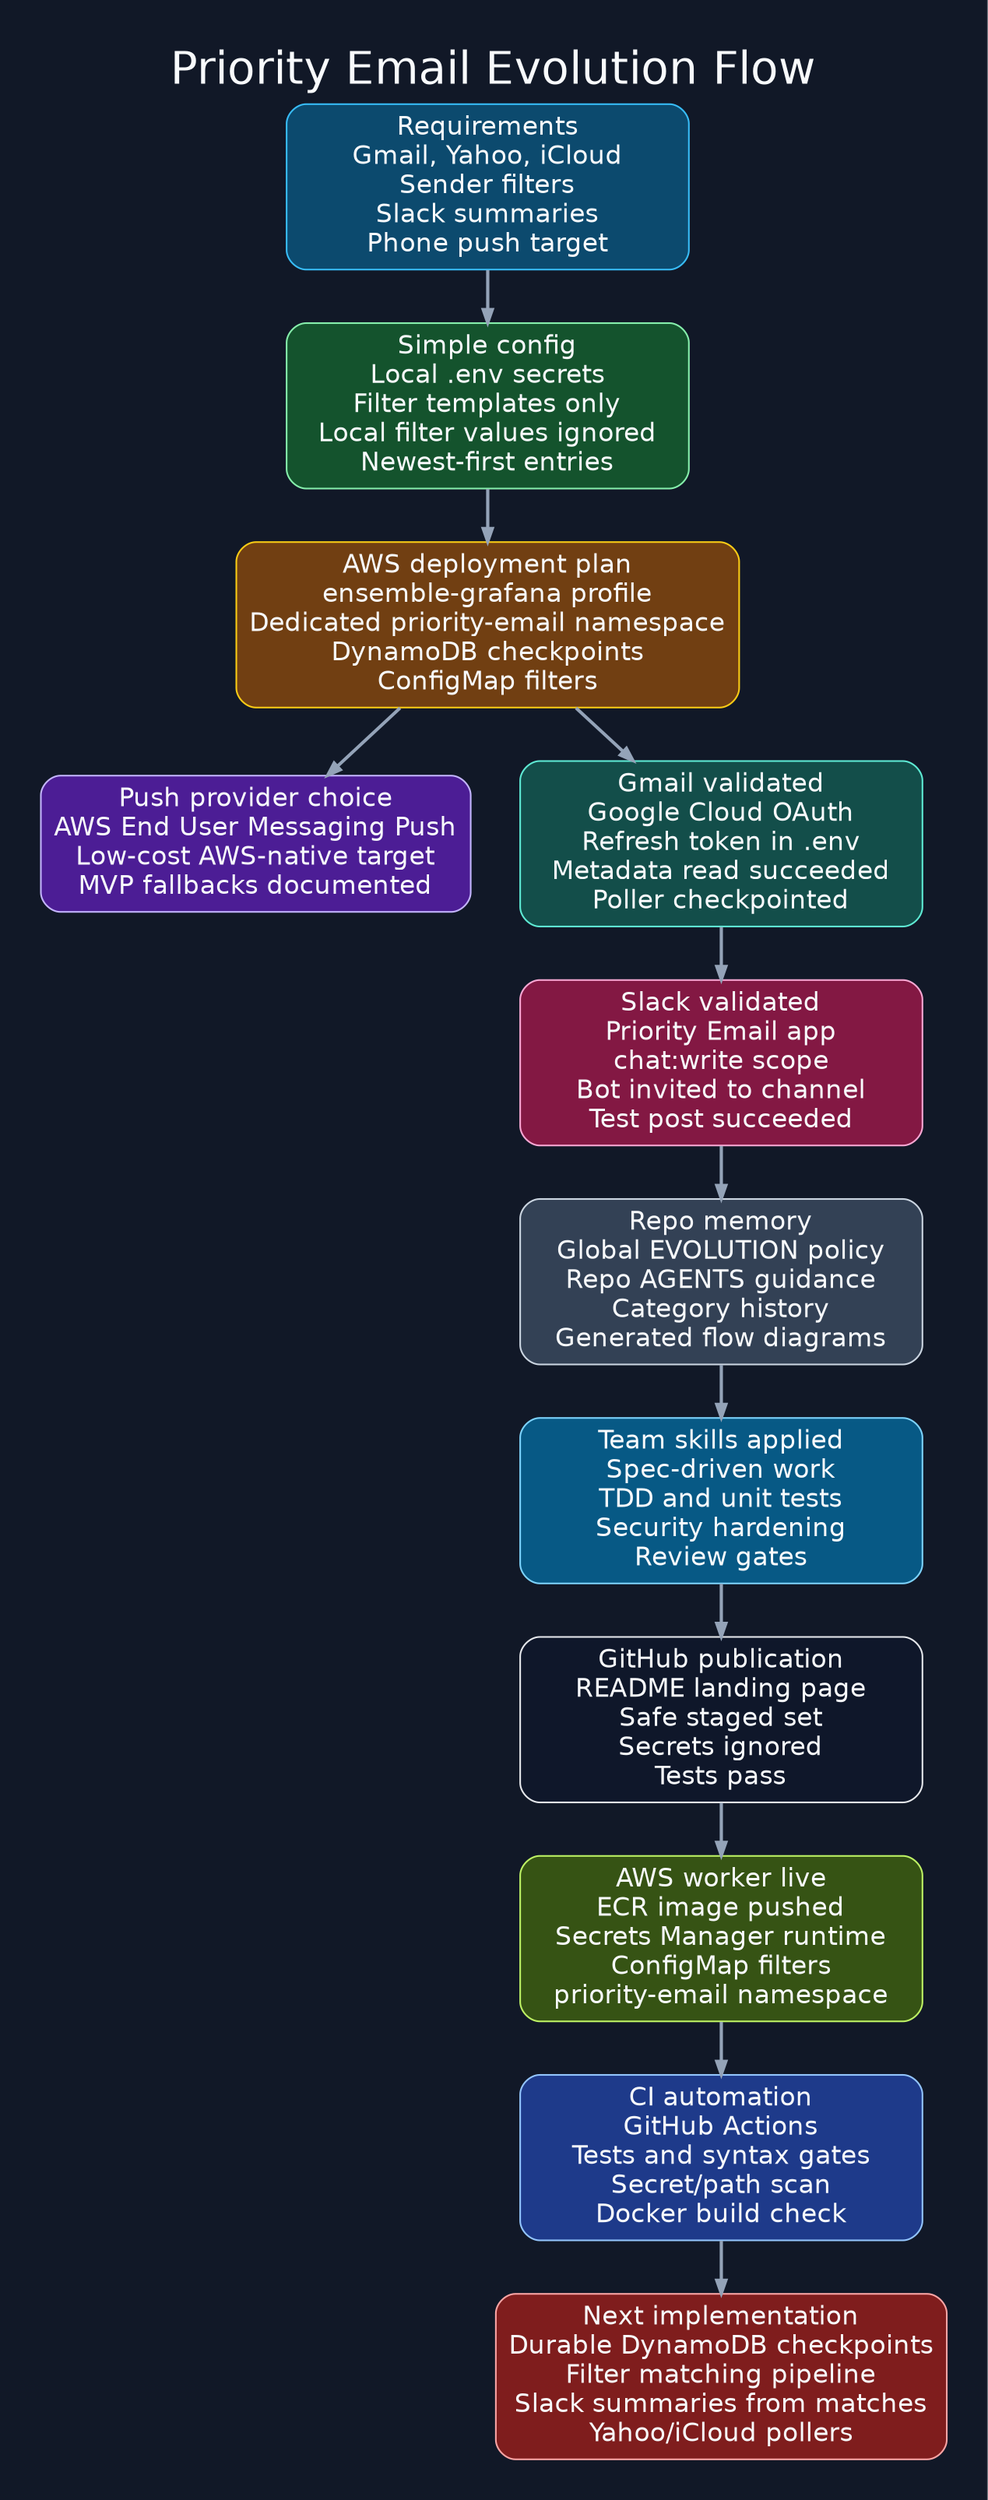
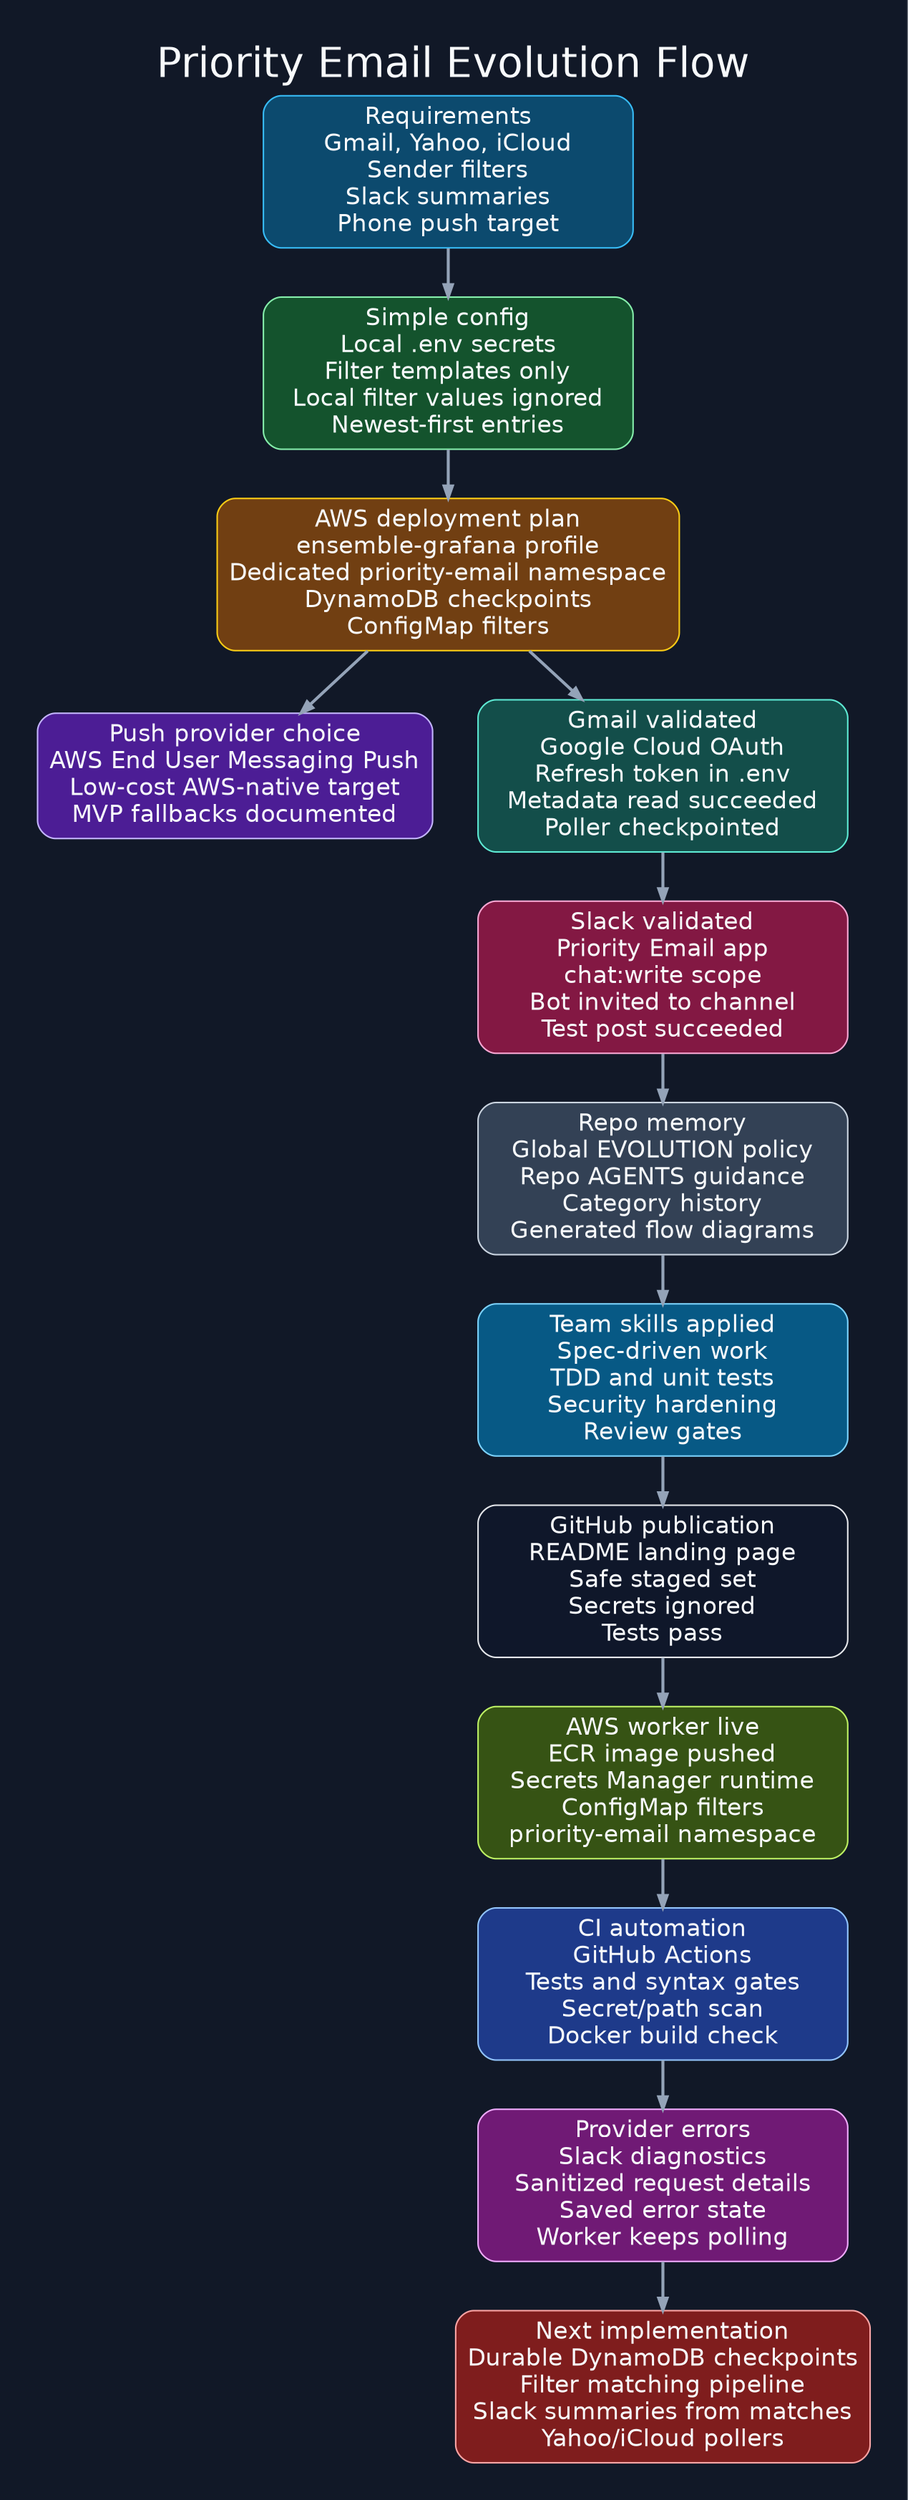
digraph priority_email_evolution_flow_dark {
  graph [
    rankdir=TB,
    bgcolor="#111827",
    pad="0.35",
    nodesep="0.42",
    ranksep="0.46",
    fontname="Helvetica",
    fontsize=28,
    fontcolor="#f8fafc",
    labelloc="t",
    label="Priority Email Evolution Flow"
  ];

  node [
    shape=box,
    style="rounded,filled",
    fontname="Helvetica",
    fontsize=16,
    margin="0.11,0.08",
    width=3.45,
    color="#cbd5e1",
    fontcolor="#f8fafc"
  ];

  edge [
    color="#94a3b8",
    arrowsize=0.8,
    penwidth=2,
    fontname="Helvetica",
    fontsize=12,
    fontcolor="#e5e7eb"
  ];

  requirements [
    label="Requirements\nGmail, Yahoo, iCloud\nSender filters\nSlack summaries\nPhone push target",
    fillcolor="#0c4a6e",
    color="#38bdf8"
  ];

  config [
    label="Simple config\nLocal .env secrets\nFilter templates only\nLocal filter values ignored\nNewest-first entries",
    fillcolor="#14532d",
    color="#86efac"
  ];

  deployment [
    label="AWS deployment plan\nensemble-grafana profile\nDedicated priority-email namespace\nDynamoDB checkpoints\nConfigMap filters",
    fillcolor="#713f12",
    color="#facc15"
  ];

  push [
    label="Push provider choice\nAWS End User Messaging Push\nLow-cost AWS-native target\nMVP fallbacks documented",
    fillcolor="#4c1d95",
    color="#c4b5fd"
  ];

  gmail [
    label="Gmail validated\nGoogle Cloud OAuth\nRefresh token in .env\nMetadata read succeeded\nPoller checkpointed",
    fillcolor="#134e4a",
    color="#5eead4"
  ];

  slack [
    label="Slack validated\nPriority Email app\nchat:write scope\nBot invited to channel\nTest post succeeded",
    fillcolor="#831843",
    color="#f9a8d4"
  ];

  policy [
    label="Repo memory\nGlobal EVOLUTION policy\nRepo AGENTS guidance\nCategory history\nGenerated flow diagrams",
    fillcolor="#334155",
    color="#cbd5e1"
  ];

  quality [
    label="Team skills applied\nSpec-driven work\nTDD and unit tests\nSecurity hardening\nReview gates",
    fillcolor="#075985",
    color="#7dd3fc"
  ];

  github [
    label="GitHub publication\nREADME landing page\nSafe staged set\nSecrets ignored\nTests pass",
    fillcolor="#0f172a",
    color="#e5e7eb"
  ];

  aws_live [
    label="AWS worker live\nECR image pushed\nSecrets Manager runtime\nConfigMap filters\npriority-email namespace",
    fillcolor="#365314",
    color="#bef264"
  ];

  ci [
    label="CI automation\nGitHub Actions\nTests and syntax gates\nSecret/path scan\nDocker build check",
    fillcolor="#1e3a8a",
    color="#93c5fd"
  ];

+   provider_errors [
+     label="Provider errors\nSlack diagnostics\nSanitized request details\nSaved error state\nWorker keeps polling",
+     fillcolor="#701a75",
+     color="#f0abfc"
+   ];
+ 
  next [
    label="Next implementation\nDurable DynamoDB checkpoints\nFilter matching pipeline\nSlack summaries from matches\nYahoo/iCloud pollers",
    fillcolor="#7f1d1d",
    color="#fca5a5"
  ];

  requirements -> config;
  config -> deployment;
  deployment -> push;
  deployment -> gmail;
  gmail -> slack;
  slack -> policy;
  policy -> quality;
  quality -> github;
  github -> aws_live;
  aws_live -> ci;
-   ci -> next;
+   ci -> provider_errors;
+   provider_errors -> next;
}
